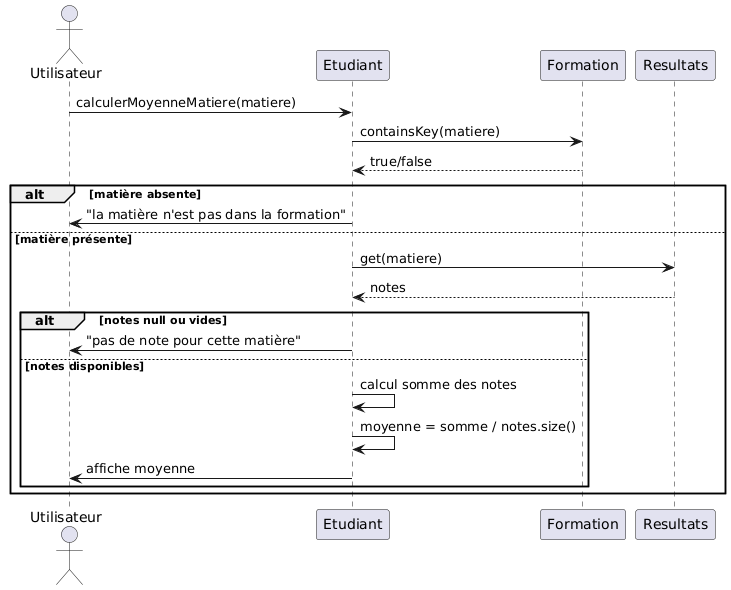
ItzHanshi/amach_grenier_tp_etudiant keeps this PlantUML diagram as diagramme/diagrammesequence1.png. Above is the earlier version. Its diagram source:
```plantuml
@startuml
actor Utilisateur
participant Etudiant
participant Formation
participant Resultats

Utilisateur -> Etudiant : calculerMoyenneMatiere(matiere)
Etudiant -> Formation : containsKey(matiere)
Formation --> Etudiant : true/false

alt matière absente
    Etudiant -> Utilisateur : "la matière n'est pas dans la formation"
else matière présente
    Etudiant -> Resultats : get(matiere)
    Resultats --> Etudiant : notes

    alt notes null ou vides
        Etudiant -> Utilisateur : "pas de note pour cette matière"
    else notes disponibles
        Etudiant -> Etudiant : calcul somme des notes
        Etudiant -> Etudiant : moyenne = somme / notes.size()
        Etudiant -> Utilisateur : affiche moyenne
    end
end
@enduml
```
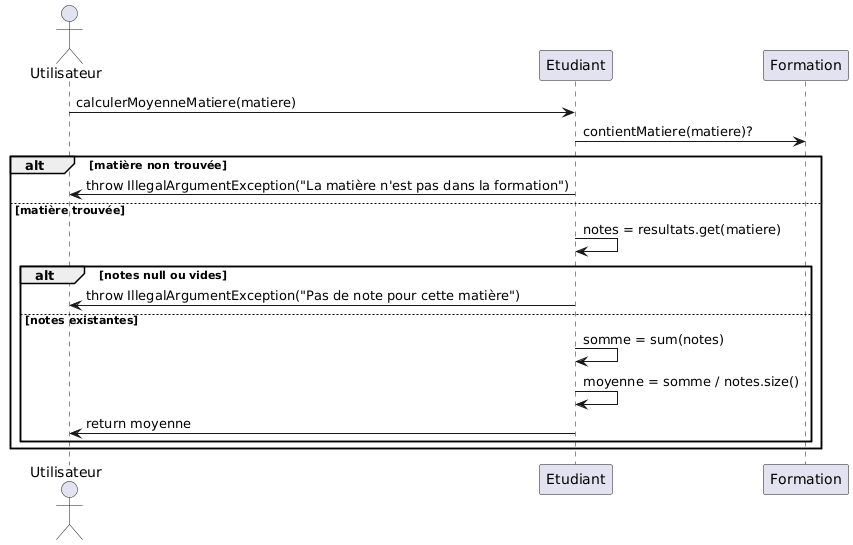
The same file after the commit.

Diff of the diagram source:
```diff
@@ -1,25 +1,20 @@
 @startuml
-actor Utilisateur
-participant Etudiant
-participant Formation
-participant Resultats
+actor "Utilisateur" as User
+participant "Etudiant" as Etudiant
+participant "Formation" as Formation
 
-Utilisateur -> Etudiant : calculerMoyenneMatiere(matiere)
-Etudiant -> Formation : containsKey(matiere)
-Formation --> Etudiant : true/false
-
-alt matière absente
-    Etudiant -> Utilisateur : "la matière n'est pas dans la formation"
-else matière présente
-    Etudiant -> Resultats : get(matiere)
-    Resultats --> Etudiant : notes
-
+User -> Etudiant : calculerMoyenneMatiere(matiere)
+Etudiant -> Formation : contientMatiere(matiere)?
+alt matière non trouvée
+    Etudiant -> User : throw IllegalArgumentException("La matière n'est pas dans la formation")
+else matière trouvée
+    Etudiant -> Etudiant : notes = resultats.get(matiere)
     alt notes null ou vides
-        Etudiant -> Utilisateur : "pas de note pour cette matière"
-    else notes disponibles
-        Etudiant -> Etudiant : calcul somme des notes
+        Etudiant -> User : throw IllegalArgumentException("Pas de note pour cette matière")
+    else notes existantes
+        Etudiant -> Etudiant : somme = sum(notes)
         Etudiant -> Etudiant : moyenne = somme / notes.size()
-        Etudiant -> Utilisateur : affiche moyenne
+        Etudiant -> User : return moyenne
     end
 end
 @enduml
```
